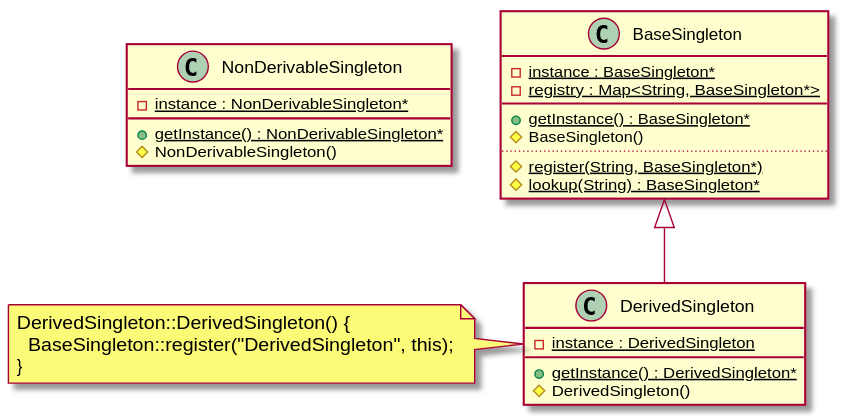
Above: programming/patterns/Singleton/Class.svg in pvc1989/miniWiki (PlantUML), before the change.
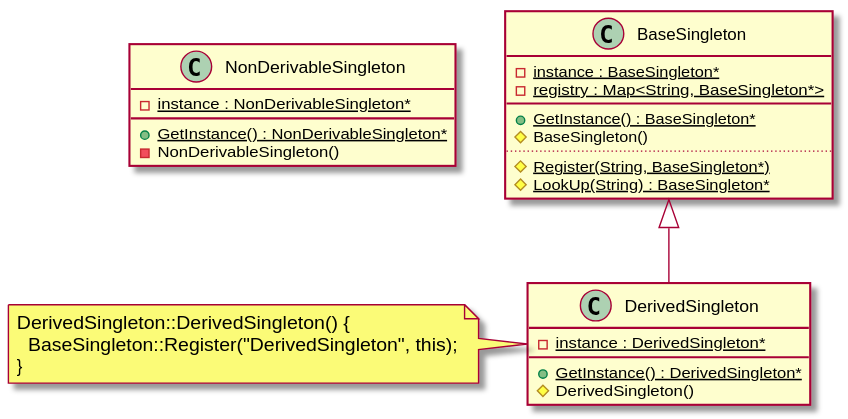
After the commit.

Commit message:
Update diagram and description for Singleton.

What changed in the source:
```diff
@@ -1,31 +1,31 @@
 @startuml
+NonDerivableSingleton <-left[hidden]- BaseSingleton
+BaseSingleton <|-- DerivedSingleton
+
 class NonDerivableSingleton {
   {static} -instance : NonDerivableSingleton*
-  {static} +getInstance() : NonDerivableSingleton*
-  #NonDerivableSingleton()
+  {static} +GetInstance() : NonDerivableSingleton*
+  -NonDerivableSingleton()
 }
 class BaseSingleton {
   {static} -instance : BaseSingleton*
   {static} -registry : Map<String, BaseSingleton*>
   __
-  {static} +getInstance() : BaseSingleton*
+  {static} +GetInstance() : BaseSingleton*
   #BaseSingleton()
   ..
-  {static} #register(String, BaseSingleton*)
-  {static} #lookup(String) : BaseSingleton*
+  {static} #Register(String, BaseSingleton*)
+  {static} #LookUp(String) : BaseSingleton*
 }
 class DerivedSingleton {
-  {static} -instance : DerivedSingleton
-  {static} +getInstance() : DerivedSingleton*
+  {static} -instance : DerivedSingleton*
+  {static} +GetInstance() : DerivedSingleton*
   #DerivedSingleton()
 }
 
-BaseSingleton <|-- DerivedSingleton
-NonDerivableSingleton <-left[hidden]- BaseSingleton
-
 note left of DerivedSingleton
   DerivedSingleton::DerivedSingleton() {
-    BaseSingleton::register("DerivedSingleton", this);
+    BaseSingleton::Register("DerivedSingleton", this);
   }
 end note
 @enduml
```
